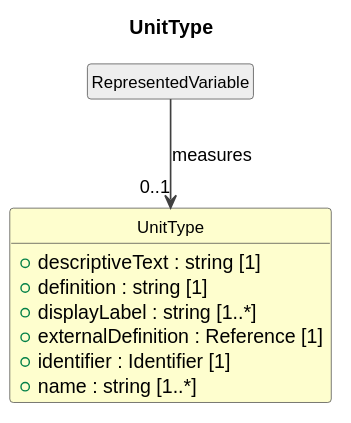
Above: cdif-uml-model/CDIFDataStructure/Classes/UnitType.svg in Cross-Domain-Interoperability-Framework/metadataBuildingBlocks (PlantUML), before the change.
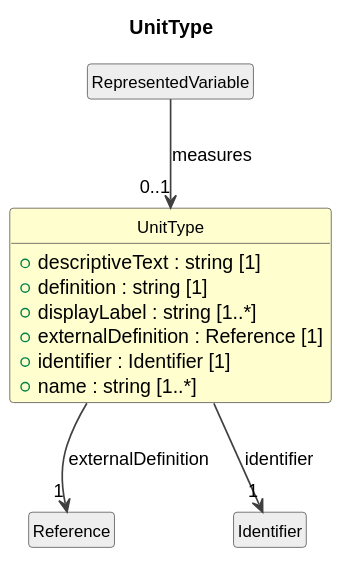
The same file after the commit.

What changed in the source:
```diff
@@ -20,4 +20,8 @@
 }
 class "RepresentedVariable" as RepresentedVariable #EEEEEE
 RepresentedVariable --> "0..1" UnitType : measures
+class "Reference" as Reference #EEEEEE
+UnitType --> "1" Reference : externalDefinition
+class "Identifier" as Identifier #EEEEEE
+UnitType --> "1" Identifier : identifier
 @enduml
```
